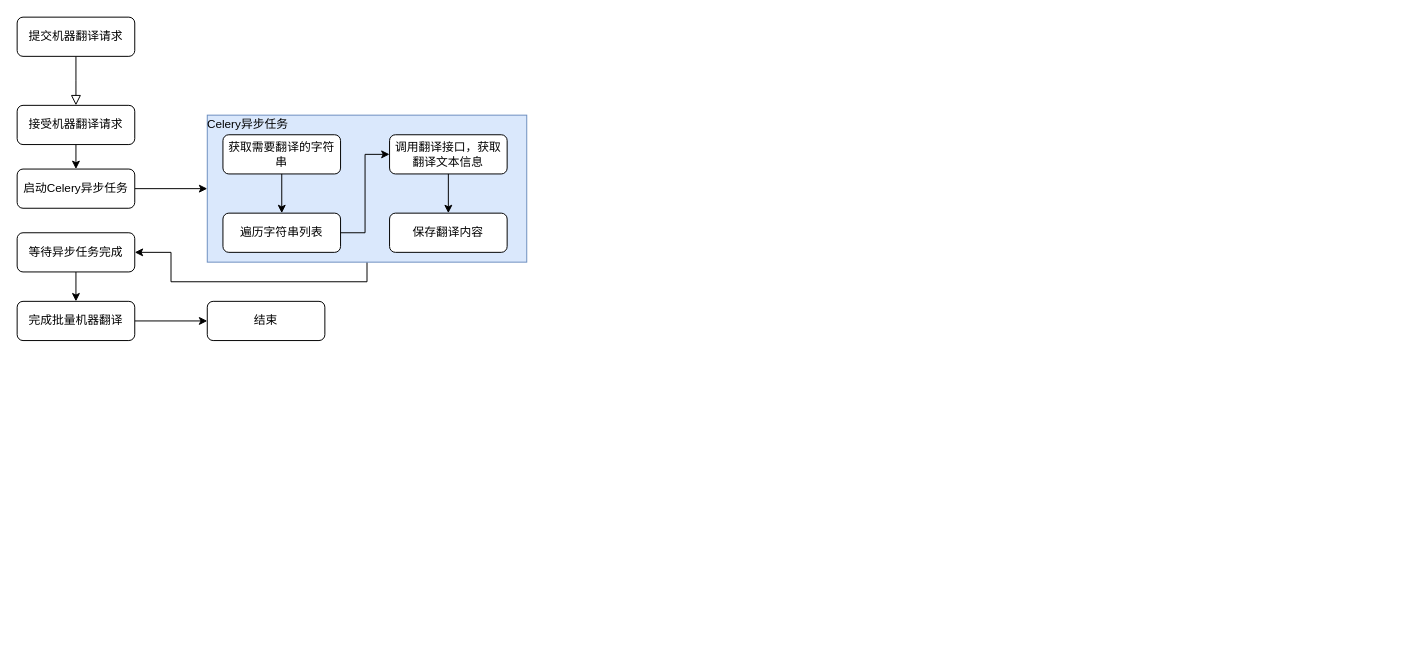
Earlier version of the draw.io diagram weblate/机器翻译流程.drawio (weijiang1994/draw-io). Source tidied: cells renumbered, new cells numbered last; positions are measured from the earlier drawing's top-left corner, leaving out a move shared by most shapes. Both pictures are drawn from the tidied source at 98%, with x=0, y=0 at pixel (17, 17).
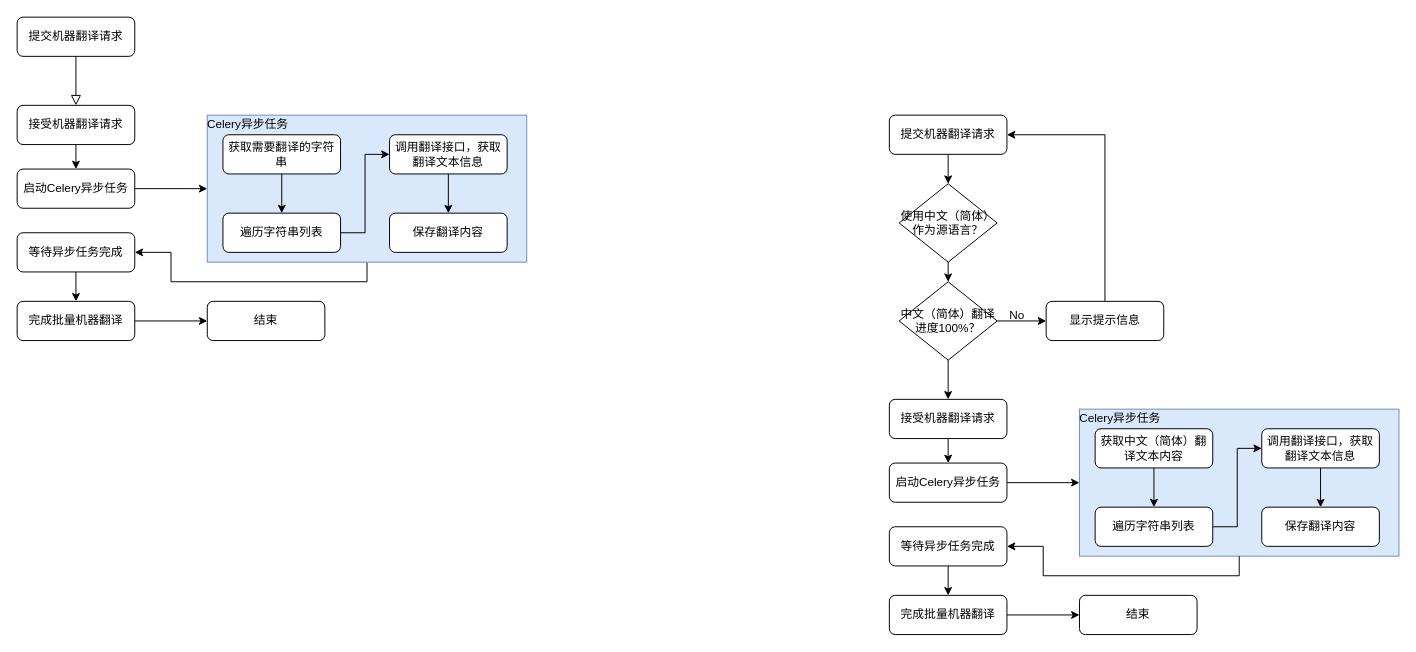
The same page after the edit.

Commit message (it also covers changes not shown here):
更新机器翻译流程.drawio

What changed in the source:
```diff
@@
-    <mxCell id="3" style="rounded=0;whiteSpace=wrap;html=1;fillColor=#dae8fc;strokeColor=#6c8ebf;" parent="1" vertex="1">
-      <mxGeometry x="194" y="100" width="326" height="150" as="geometry" />
-    </mxCell>
@@
+    <mxCell id="19" style="edgeStyle=orthogonalEdgeStyle;rounded=0;jettySize=auto;html=1;exitX=0.5;exitY=1;exitDx=0;exitDy=0;entryX=0.5;entryY=0;entryDx=0;entryDy=0;" parent="1" edge="1" source="20" target="22">
+      <mxGeometry relative="1" as="geometry" />
+    </mxCell>
+    <mxCell id="20" value="等待异步任务完成" style="rounded=1;whiteSpace=wrap;html=1;fontSize=12;glass=0;strokeWidth=1;shadow=0;" parent="1" vertex="1">
+      <mxGeometry y="220" width="120" height="40" as="geometry" />
+    </mxCell>
+    <mxCell id="21" style="edgeStyle=orthogonalEdgeStyle;rounded=0;jettySize=auto;html=1;exitX=1;exitY=0.5;exitDx=0;exitDy=0;entryX=0;entryY=0.5;entryDx=0;entryDy=0;" parent="1" edge="1" source="22" target="23">
+      <mxGeometry relative="1" as="geometry" />
+    </mxCell>
+    <mxCell id="22" value="完成批量机器翻译" style="rounded=1;whiteSpace=wrap;html=1;fontSize=12;glass=0;strokeWidth=1;shadow=0;" parent="1" vertex="1">
+      <mxGeometry y="290" width="120" height="40" as="geometry" />
+    </mxCell>
+    <mxCell id="23" value="结束" style="rounded=1;whiteSpace=wrap;html=1;fontSize=12;glass=0;strokeWidth=1;shadow=0;" parent="1" vertex="1">
+      <mxGeometry x="194" y="290" width="120" height="40" as="geometry" />
+    </mxCell>
+    <mxCell id="24" style="group;" parent="1" vertex="1">
+      <mxGeometry x="180" y="95" width="340" height="155" as="geometry" />
+    </mxCell>
+    <mxCell id="3" style="rounded=0;whiteSpace=wrap;html=1;fillColor=#dae8fc;strokeColor=#6c8ebf;" parent="24" vertex="1">
+      <mxGeometry x="14" y="5" width="326" height="150" as="geometry" />
+    </mxCell>
-    <mxCell id="10" style="group;" parent="1" vertex="1">
-      <mxGeometry x="210" y="120" width="290" height="120" as="geometry" />
+    <mxCell id="10" style="group;" parent="24" vertex="1">
+      <mxGeometry x="30" y="25" width="290" height="120" as="geometry" />
     </mxCell>
@@
-    <mxCell id="18" value="Celery异步任务" style="text;html=1;align=center;verticalAlign=middle;strokeColor=none;fillColor=none;" parent="1" vertex="1">
-      <mxGeometry x="180" y="95" width="110" height="30" as="geometry" />
+    <mxCell id="18" value="Celery异步任务" style="text;html=1;align=center;verticalAlign=middle;strokeColor=none;fillColor=none;" parent="24" vertex="1">
+      <mxGeometry width="110" height="30" as="geometry" />
     </mxCell>
-    <mxCell id="19" style="edgeStyle=orthogonalEdgeStyle;rounded=0;jettySize=auto;html=1;exitX=0.5;exitY=1;exitDx=0;exitDy=0;entryX=0.5;entryY=0;entryDx=0;entryDy=0;" parent="1" edge="1" source="20" target="22">
-      <mxGeometry relative="1" as="geometry" />
-    </mxCell>
-    <mxCell id="20" value="等待异步任务完成" style="rounded=1;whiteSpace=wrap;html=1;fontSize=12;glass=0;strokeWidth=1;shadow=0;" parent="1" vertex="1">
-      <mxGeometry y="220" width="120" height="40" as="geometry" />
-    </mxCell>
-    <mxCell id="21" style="edgeStyle=orthogonalEdgeStyle;rounded=0;jettySize=auto;html=1;exitX=1;exitY=0.5;exitDx=0;exitDy=0;entryX=0;entryY=0.5;entryDx=0;entryDy=0;" parent="1" edge="1" source="22" target="23">
-      <mxGeometry relative="1" as="geometry" />
-    </mxCell>
-    <mxCell id="22" value="完成批量机器翻译" style="rounded=1;whiteSpace=wrap;html=1;fontSize=12;glass=0;strokeWidth=1;shadow=0;" parent="1" vertex="1">
-      <mxGeometry y="290" width="120" height="40" as="geometry" />
-    </mxCell>
-    <mxCell id="23" value="结束" style="rounded=1;whiteSpace=wrap;html=1;fontSize=12;glass=0;strokeWidth=1;shadow=0;" parent="1" vertex="1">
-      <mxGeometry x="194" y="290" width="120" height="40" as="geometry" />
-    </mxCell>
+    <mxCell id="25" style="group;" parent="1" vertex="1">
+      <mxGeometry x="890" y="100" width="520" height="530" as="geometry" />
+    </mxCell>
+    <mxCell id="26" value="提交机器翻译请求" style="rounded=1;whiteSpace=wrap;html=1;fontSize=12;glass=0;strokeWidth=1;shadow=0;" parent="25" vertex="1">
+      <mxGeometry width="120" height="40" as="geometry" />
+    </mxCell>
+    <mxCell id="27" value="接受机器翻译请求" style="rounded=1;whiteSpace=wrap;html=1;fontSize=12;glass=0;strokeWidth=1;shadow=0;" parent="25" vertex="1">
+      <mxGeometry y="290" width="120" height="40" as="geometry" />
+    </mxCell>
+    <mxCell id="28" value="启动Celery异步任务" style="rounded=1;whiteSpace=wrap;html=1;fontSize=12;glass=0;strokeWidth=1;shadow=0;" parent="25" vertex="1">
+      <mxGeometry y="355" width="120" height="40" as="geometry" />
+    </mxCell>
+    <mxCell id="29" style="edgeStyle=orthogonalEdgeStyle;rounded=0;jettySize=auto;html=1;exitX=0.5;exitY=1;exitDx=0;exitDy=0;entryX=0.5;entryY=0;entryDx=0;entryDy=0;" parent="25" edge="1" source="27" target="28">
+      <mxGeometry relative="1" as="geometry" />
+    </mxCell>
+    <mxCell id="30" value="等待异步任务完成" style="rounded=1;whiteSpace=wrap;html=1;fontSize=12;glass=0;strokeWidth=1;shadow=0;" parent="25" vertex="1">
+      <mxGeometry y="420" width="120" height="40" as="geometry" />
+    </mxCell>
+    <mxCell id="31" value="完成批量机器翻译" style="rounded=1;whiteSpace=wrap;html=1;fontSize=12;glass=0;strokeWidth=1;shadow=0;" parent="25" vertex="1">
+      <mxGeometry y="490" width="120" height="40" as="geometry" />
+    </mxCell>
+    <mxCell id="32" style="edgeStyle=orthogonalEdgeStyle;rounded=0;jettySize=auto;html=1;exitX=0.5;exitY=1;exitDx=0;exitDy=0;entryX=0.5;entryY=0;entryDx=0;entryDy=0;" parent="25" edge="1" source="30" target="31">
+      <mxGeometry relative="1" as="geometry" />
+    </mxCell>
+    <mxCell id="33" value="结束" style="rounded=1;whiteSpace=wrap;html=1;fontSize=12;glass=0;strokeWidth=1;shadow=0;" parent="25" vertex="1">
+      <mxGeometry x="194" y="490" width="120" height="40" as="geometry" />
+    </mxCell>
+    <mxCell id="34" style="edgeStyle=orthogonalEdgeStyle;rounded=0;jettySize=auto;html=1;exitX=1;exitY=0.5;exitDx=0;exitDy=0;entryX=0;entryY=0.5;entryDx=0;entryDy=0;" parent="25" edge="1" source="31" target="33">
+      <mxGeometry relative="1" as="geometry" />
+    </mxCell>
+    <mxCell id="35" value="使用中文（简体）作为源语言？" style="rhombus;whiteSpace=wrap;html=1;" parent="25" vertex="1">
+      <mxGeometry x="10" y="70" width="100" height="80" as="geometry" />
+    </mxCell>
+    <mxCell id="36" style="edgeStyle=orthogonalEdgeStyle;rounded=0;jettySize=auto;html=1;exitX=0.5;exitY=1;exitDx=0;exitDy=0;entryX=0.5;entryY=0;entryDx=0;entryDy=0;" parent="25" edge="1" source="26" target="35">
+      <mxGeometry relative="1" as="geometry" />
+    </mxCell>
+    <mxCell id="37" style="edgeStyle=orthogonalEdgeStyle;rounded=0;jettySize=auto;html=1;exitX=0.5;exitY=1;exitDx=0;exitDy=0;entryX=0.5;entryY=0;entryDx=0;entryDy=0;" parent="25" edge="1" source="38" target="27">
+      <mxGeometry relative="1" as="geometry" />
+    </mxCell>
+    <mxCell id="38" value="中文（简体）翻译进度100%？" style="rhombus;whiteSpace=wrap;html=1;" parent="25" vertex="1">
+      <mxGeometry x="10" y="170" width="100" height="80" as="geometry" />
+    </mxCell>
+    <mxCell id="39" style="edgeStyle=orthogonalEdgeStyle;rounded=0;jettySize=auto;html=1;exitX=0.5;exitY=1;exitDx=0;exitDy=0;entryX=0.5;entryY=0;entryDx=0;entryDy=0;" parent="25" edge="1" source="35" target="38">
+      <mxGeometry relative="1" as="geometry" />
+    </mxCell>
+    <mxCell id="40" style="edgeStyle=orthogonalEdgeStyle;rounded=0;jettySize=auto;html=1;exitX=0.5;exitY=0;exitDx=0;exitDy=0;entryX=1;entryY=0.5;entryDx=0;entryDy=0;" parent="25" edge="1" source="41" target="26">
+      <mxGeometry relative="1" as="geometry" />
+    </mxCell>
+    <mxCell id="41" value="显示提示信息" style="rounded=1;whiteSpace=wrap;html=1;fontSize=12;glass=0;strokeWidth=1;shadow=0;" parent="25" vertex="1">
+      <mxGeometry x="160" y="190" width="120" height="40" as="geometry" />
+    </mxCell>
+    <mxCell id="42" style="edgeStyle=orthogonalEdgeStyle;rounded=0;jettySize=auto;html=1;exitX=1;exitY=0.5;exitDx=0;exitDy=0;entryX=0;entryY=0.5;entryDx=0;entryDy=0;" parent="25" edge="1" source="38" target="41">
+      <mxGeometry relative="1" as="geometry" />
+    </mxCell>
+    <mxCell id="43" value="No" style="text;html=1;align=center;verticalAlign=middle;strokeColor=none;fillColor=none;" parent="25" vertex="1">
+      <mxGeometry x="110" y="190" width="40" height="30" as="geometry" />
+    </mxCell>
+    <mxCell id="44" style="group;" parent="25" vertex="1">
+      <mxGeometry x="180" y="295" width="340" height="155" as="geometry" />
+    </mxCell>
+    <mxCell id="45" style="rounded=0;whiteSpace=wrap;html=1;fillColor=#dae8fc;strokeColor=#6c8ebf;" parent="44" vertex="1">
+      <mxGeometry x="14" y="5" width="326" height="150" as="geometry" />
+    </mxCell>
+    <mxCell id="46" style="group;" parent="44" vertex="1">
+      <mxGeometry x="30" y="25" width="290" height="120" as="geometry" />
+    </mxCell>
+    <mxCell id="47" value="获取中文（简体）翻译文本内容" style="rounded=1;whiteSpace=wrap;html=1;fontSize=12;glass=0;strokeWidth=1;shadow=0;" parent="46" vertex="1">
+      <mxGeometry width="120" height="40" as="geometry" />
+    </mxCell>
+    <mxCell id="48" value="遍历字符串列表" style="rounded=1;whiteSpace=wrap;html=1;fontSize=12;glass=0;strokeWidth=1;shadow=0;" parent="46" vertex="1">
+      <mxGeometry y="80" width="120" height="40" as="geometry" />
+    </mxCell>
+    <mxCell id="49" style="edgeStyle=orthogonalEdgeStyle;rounded=0;jettySize=auto;html=1;exitX=0.5;exitY=1;exitDx=0;exitDy=0;entryX=0.5;entryY=0;entryDx=0;entryDy=0;" parent="46" edge="1" source="47" target="48">
+      <mxGeometry relative="1" as="geometry" />
+    </mxCell>
+    <mxCell id="50" value="调用翻译接口，获取翻译文本信息" style="rounded=1;whiteSpace=wrap;html=1;fontSize=12;glass=0;strokeWidth=1;shadow=0;" parent="46" vertex="1">
+      <mxGeometry x="170" width="120" height="40" as="geometry" />
+    </mxCell>
+    <mxCell id="51" style="edgeStyle=orthogonalEdgeStyle;rounded=0;jettySize=auto;html=1;exitX=1;exitY=0.5;exitDx=0;exitDy=0;entryX=0;entryY=0.5;entryDx=0;entryDy=0;" parent="46" edge="1" source="48" target="50">
+      <mxGeometry relative="1" as="geometry" />
+    </mxCell>
+    <mxCell id="52" value="保存翻译内容" style="rounded=1;whiteSpace=wrap;html=1;fontSize=12;glass=0;strokeWidth=1;shadow=0;" parent="46" vertex="1">
+      <mxGeometry x="170" y="80" width="120" height="40" as="geometry" />
+    </mxCell>
+    <mxCell id="53" style="edgeStyle=orthogonalEdgeStyle;rounded=0;jettySize=auto;html=1;exitX=0.5;exitY=1;exitDx=0;exitDy=0;entryX=0.5;entryY=0;entryDx=0;entryDy=0;" parent="46" edge="1" source="50" target="52">
+      <mxGeometry relative="1" as="geometry" />
+    </mxCell>
+    <mxCell id="54" value="Celery异步任务" style="text;html=1;align=center;verticalAlign=middle;strokeColor=none;fillColor=none;" parent="44" vertex="1">
+      <mxGeometry width="110" height="30" as="geometry" />
+    </mxCell>
+    <mxCell id="55" style="edgeStyle=orthogonalEdgeStyle;rounded=0;jettySize=auto;html=1;exitX=1;exitY=0.5;exitDx=0;exitDy=0;entryX=0;entryY=0.5;entryDx=0;entryDy=0;" parent="25" edge="1" source="28" target="45">
+      <mxGeometry relative="1" as="geometry" />
+    </mxCell>
+    <mxCell id="56" style="edgeStyle=orthogonalEdgeStyle;rounded=0;jettySize=auto;html=1;exitX=0.5;exitY=1;exitDx=0;exitDy=0;entryX=1;entryY=0.5;entryDx=0;entryDy=0;" parent="25" edge="1" source="45" target="30">
+      <mxGeometry relative="1" as="geometry" />
+    </mxCell>
```
